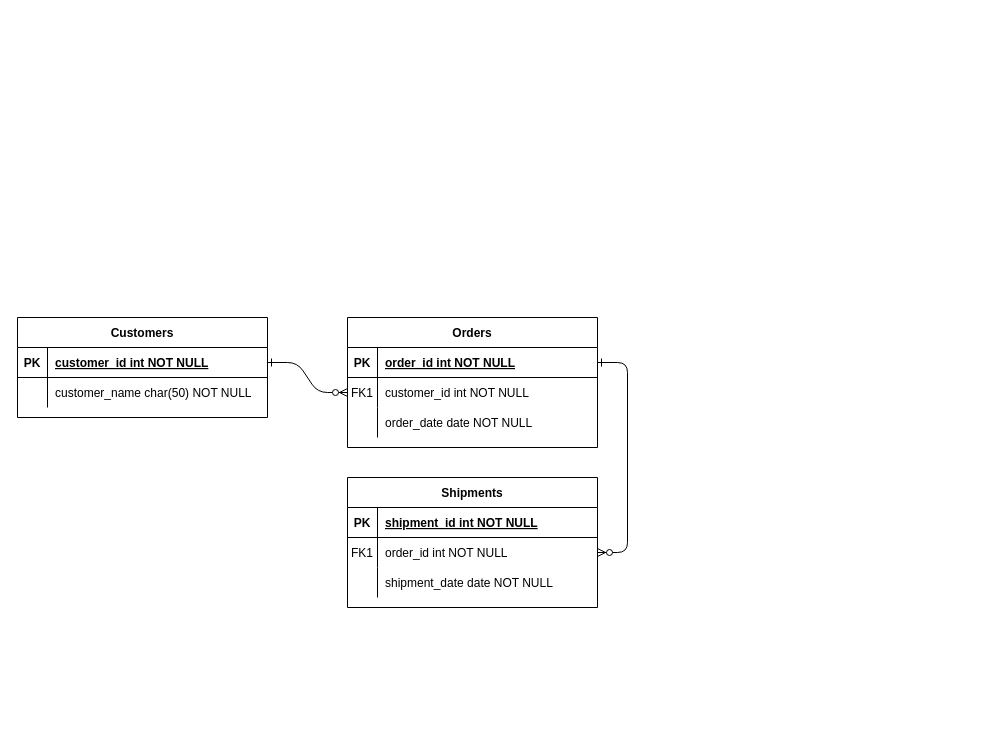
Earlier version of the draw.io diagram Diagrama sem nome.drawio (LNavarroo/adventure-works). Source tidied: cells renumbered, new cells numbered last; positions are measured from the earlier drawing's top-left corner, leaving out a move shared by most shapes. Both pictures are drawn from the tidied source at 100%, with x=0, y=0 at pixel (17, 317).
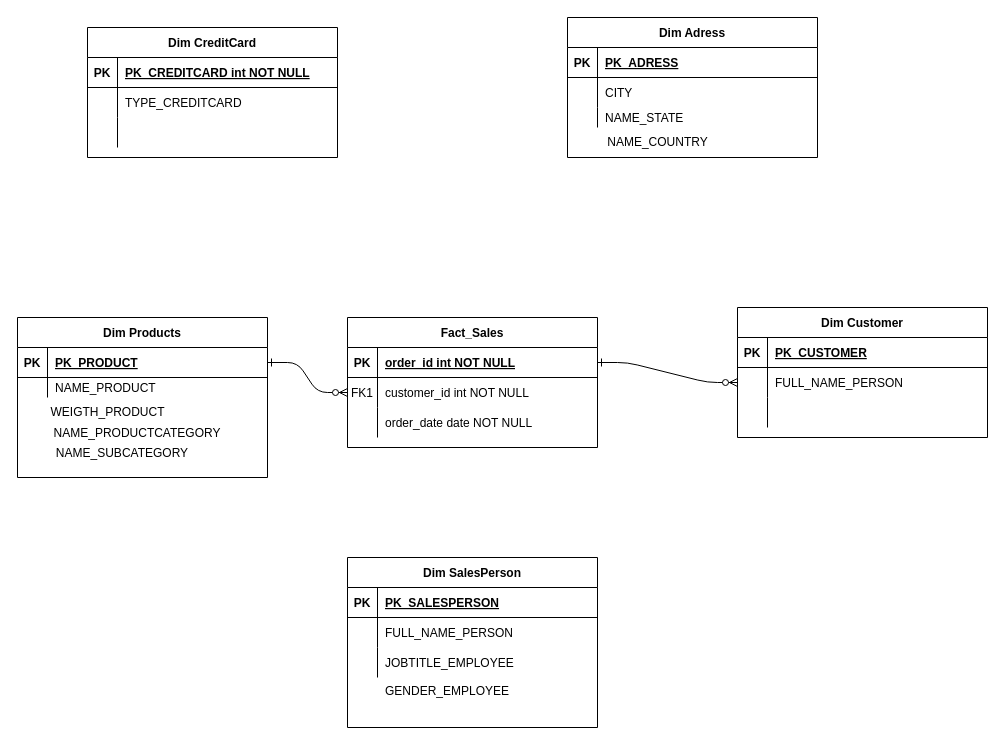
Above is the later version.

Commit message:
Atualizar Diagrama Dim_Fact.drawio

The change refers to these unchanged cells:
```xml
<mxCell id="15" style="shape=partialRectangle;fillColor=none;top=0;left=0;right=0;bottom=1;" parent="14" vertex="1">
  <mxGeometry y="30" width="250" height="30" as="geometry" />
</mxCell>
<mxCell id="18" style="shape=partialRectangle;fillColor=none;points=[[0,0.5],[1,0.5]];portConstraint=eastwest;top=0;left=0;right=0;bottom=0;" parent="14" vertex="1">
  <mxGeometry y="60" width="250" height="30" as="geometry" />
</mxCell>
<mxCell id="21" style="shape=partialRectangle;fillColor=none;top=0;left=0;right=0;bottom=0;" parent="14" vertex="1">
  <mxGeometry y="90" width="250" height="30" as="geometry" />
</mxCell>
<mxCell id="25" style="shape=partialRectangle;fillColor=none;points=[[0,0.5],[1,0.5]];portConstraint=eastwest;top=0;left=0;right=0;bottom=1;" parent="24" vertex="1">
  <mxGeometry y="30" width="250" height="30" as="geometry" />
</mxCell>
```

Diff of the diagram source:
```diff
@@
-    <mxCell id="4" value="Orders" style="shape=table;startSize=30;childLayout=tableLayout;rowLines=0;fontStyle=1;align=center;" parent="1" vertex="1">
+    <mxCell id="4" value="Fact_Sales" style="shape=table;startSize=30;childLayout=tableLayout;rowLines=0;fontStyle=1;align=center;" parent="1" vertex="1">
       <mxGeometry x="330" width="250" height="130" as="geometry" />
     </mxCell>
@@
-    <mxCell id="14" value="Shipments" style="shape=table;startSize=30;childLayout=tableLayout;rowLines=0;fontStyle=1;align=center;" parent="1" vertex="1">
-      <mxGeometry x="330" y="160" width="250" height="130" as="geometry" />
+    <mxCell id="14" value="Dim Customer" style="shape=table;startSize=30;childLayout=tableLayout;rowLines=0;fontStyle=1;align=center;" parent="1" vertex="1">
+      <mxGeometry x="720" y="-10" width="250" height="130" as="geometry" />
     </mxCell>
@@
-    <mxCell id="17" value="shipment_id int NOT NULL " style="shape=partialRectangle;overflow=hidden;fillColor=none;top=0;left=0;bottom=0;right=0;align=left;spacingLeft=6;fontStyle=5;" parent="15" vertex="1">
+    <mxCell id="17" value="PK_CUSTOMER" style="shape=partialRectangle;overflow=hidden;fillColor=none;top=0;left=0;bottom=0;right=0;align=left;spacingLeft=6;fontStyle=5;" parent="15" vertex="1">
       <mxGeometry x="30" width="220" height="30" as="geometry" />
     </mxCell>
@@
-    <mxCell id="19" value="FK1" style="shape=partialRectangle;overflow=hidden;fillColor=none;top=0;left=0;bottom=0;right=0;" parent="18" vertex="1">
+    <mxCell id="19" style="shape=partialRectangle;overflow=hidden;fillColor=none;top=0;left=0;bottom=0;right=0;" parent="18" vertex="1">
       <mxGeometry width="30" height="30" as="geometry" />
     </mxCell>
-    <mxCell id="20" value="order_id int NOT NULL" style="shape=partialRectangle;overflow=hidden;fillColor=none;top=0;left=0;bottom=0;right=0;align=left;spacingLeft=6;" parent="18" vertex="1">
+    <mxCell id="20" value="FULL_NAME_PERSON" style="shape=partialRectangle;overflow=hidden;fillColor=none;top=0;left=0;bottom=0;right=0;align=left;spacingLeft=6;" parent="18" vertex="1">
       <mxGeometry x="30" width="220" height="30" as="geometry" />
     </mxCell>
@@
-    <mxCell id="23" value="shipment_date date NOT NULL" style="shape=partialRectangle;overflow=hidden;fillColor=none;top=0;left=0;bottom=0;right=0;align=left;spacingLeft=6;" parent="21" vertex="1">
+    <mxCell id="23" style="shape=partialRectangle;overflow=hidden;fillColor=none;top=0;left=0;bottom=0;right=0;align=left;spacingLeft=6;" parent="21" vertex="1">
       <mxGeometry x="30" width="220" height="30" as="geometry" />
     </mxCell>
-    <mxCell id="24" value="Customers" style="shape=table;startSize=30;childLayout=tableLayout;rowLines=0;fontStyle=1;align=center;" parent="1" vertex="1">
-      <mxGeometry width="250" height="100" as="geometry" />
+    <mxCell id="24" value="Dim Products" style="shape=table;startSize=30;childLayout=tableLayout;rowLines=0;fontStyle=1;align=center;" parent="1" vertex="1">
+      <mxGeometry width="250" height="160" as="geometry" />
     </mxCell>
@@
-    <mxCell id="27" value="customer_id int NOT NULL " style="shape=partialRectangle;overflow=hidden;fillColor=none;top=0;left=0;bottom=0;right=0;align=left;spacingLeft=6;fontStyle=5;" parent="25" vertex="1">
+    <mxCell id="27" value="PK_PRODUCT" style="shape=partialRectangle;overflow=hidden;fillColor=none;top=0;left=0;bottom=0;right=0;align=left;spacingLeft=6;fontStyle=5;" parent="25" vertex="1">
       <mxGeometry x="30" width="220" height="30" as="geometry" />
     </mxCell>
     <mxCell id="28" style="shape=partialRectangle;fillColor=none;top=0;left=0;right=0;bottom=0;" parent="24" vertex="1">
-      <mxGeometry y="60" width="250" height="30" as="geometry" />
+      <mxGeometry y="60" width="250" height="20" as="geometry" />
     </mxCell>
     <mxCell id="29" style="shape=partialRectangle;overflow=hidden;fillColor=none;top=0;left=0;bottom=0;right=0;" parent="28" vertex="1">
-      <mxGeometry width="30" height="30" as="geometry" />
+      <mxGeometry width="30" height="20" as="geometry" />
     </mxCell>
-    <mxCell id="30" value="customer_name char(50) NOT NULL" style="shape=partialRectangle;overflow=hidden;fillColor=none;top=0;left=0;bottom=0;right=0;align=left;spacingLeft=6;" parent="28" vertex="1">
-      <mxGeometry x="30" width="220" height="30" as="geometry" />
+    <mxCell id="30" value="NAME_PRODUCT" style="shape=partialRectangle;overflow=hidden;fillColor=none;top=0;left=0;bottom=0;right=0;align=left;spacingLeft=6;" parent="28" vertex="1">
+      <mxGeometry x="30" width="220" height="20" as="geometry" />
     </mxCell>
+    <mxCell id="31" value="Dim SalesPerson" style="shape=table;startSize=30;childLayout=tableLayout;rowLines=0;fontStyle=1;align=center;" parent="1" vertex="1">
+      <mxGeometry x="330" y="240" width="250" height="170" as="geometry" />
+    </mxCell>
+    <mxCell id="32" style="shape=partialRectangle;fillColor=none;top=0;left=0;right=0;bottom=1;" parent="31" vertex="1">
+      <mxGeometry y="30" width="250" height="30" as="geometry" />
+    </mxCell>
+    <mxCell id="33" value="PK" style="shape=partialRectangle;overflow=hidden;fillColor=none;top=0;left=0;bottom=0;right=0;fontStyle=1;" parent="32" vertex="1">
+      <mxGeometry width="30" height="30" as="geometry" />
+    </mxCell>
+    <mxCell id="34" value="PK_SALESPERSON" style="shape=partialRectangle;overflow=hidden;fillColor=none;top=0;left=0;bottom=0;right=0;align=left;spacingLeft=6;fontStyle=5;" parent="32" vertex="1">
+      <mxGeometry x="30" width="220" height="30" as="geometry" />
+    </mxCell>
+    <mxCell id="35" style="shape=partialRectangle;fillColor=none;top=0;left=0;right=0;bottom=0;" parent="31" vertex="1">
+      <mxGeometry y="60" width="250" height="30" as="geometry" />
+    </mxCell>
+    <mxCell id="36" style="shape=partialRectangle;overflow=hidden;fillColor=none;top=0;left=0;bottom=0;right=0;" parent="35" vertex="1">
+      <mxGeometry width="30" height="30" as="geometry" />
+    </mxCell>
+    <mxCell id="37" value="FULL_NAME_PERSON" style="shape=partialRectangle;overflow=hidden;fillColor=none;top=0;left=0;bottom=0;right=0;align=left;spacingLeft=6;" parent="35" vertex="1">
+      <mxGeometry x="30" width="220" height="30" as="geometry" />
+    </mxCell>
+    <mxCell id="38" style="shape=partialRectangle;fillColor=none;top=0;left=0;right=0;bottom=0;" parent="31" vertex="1">
+      <mxGeometry y="90" width="250" height="30" as="geometry" />
+    </mxCell>
+    <mxCell id="39" style="shape=partialRectangle;overflow=hidden;fillColor=none;top=0;left=0;bottom=0;right=0;" parent="38" vertex="1">
+      <mxGeometry width="30" height="30" as="geometry" />
+    </mxCell>
+    <mxCell id="40" value="JOBTITLE_EMPLOYEE" style="shape=partialRectangle;overflow=hidden;fillColor=none;top=0;left=0;bottom=0;right=0;align=left;spacingLeft=6;" parent="38" vertex="1">
+      <mxGeometry x="30" width="220" height="30" as="geometry" />
+    </mxCell>
+    <mxCell id="41" value="Dim CreditCard" style="shape=table;startSize=30;childLayout=tableLayout;rowLines=0;fontStyle=1;align=center;" parent="1" vertex="1">
+      <mxGeometry x="70" y="-290" width="250" height="130" as="geometry" />
+    </mxCell>
+    <mxCell id="42" style="shape=partialRectangle;fillColor=none;top=0;left=0;right=0;bottom=1;" parent="41" vertex="1">
+      <mxGeometry y="30" width="250" height="30" as="geometry" />
+    </mxCell>
+    <mxCell id="43" value="PK" style="shape=partialRectangle;overflow=hidden;fillColor=none;top=0;left=0;bottom=0;right=0;fontStyle=1;" parent="42" vertex="1">
+      <mxGeometry width="30" height="30" as="geometry" />
+    </mxCell>
+    <mxCell id="44" value="PK_CREDITCARD int NOT NULL " style="shape=partialRectangle;overflow=hidden;fillColor=none;top=0;left=0;bottom=0;right=0;align=left;spacingLeft=6;fontStyle=5;" parent="42" vertex="1">
+      <mxGeometry x="30" width="220" height="30" as="geometry" />
+    </mxCell>
+    <mxCell id="45" style="shape=partialRectangle;fillColor=none;top=0;left=0;right=0;bottom=0;" parent="41" vertex="1">
+      <mxGeometry y="60" width="250" height="30" as="geometry" />
+    </mxCell>
+    <mxCell id="46" style="shape=partialRectangle;overflow=hidden;fillColor=none;top=0;left=0;bottom=0;right=0;" parent="45" vertex="1">
+      <mxGeometry width="30" height="30" as="geometry" />
+    </mxCell>
+    <mxCell id="47" value="TYPE_CREDITCARD" style="shape=partialRectangle;overflow=hidden;fillColor=none;top=0;left=0;bottom=0;right=0;align=left;spacingLeft=6;" parent="45" vertex="1">
+      <mxGeometry x="30" width="220" height="30" as="geometry" />
+    </mxCell>
+    <mxCell id="48" style="shape=partialRectangle;fillColor=none;top=0;left=0;right=0;bottom=0;" parent="41" vertex="1">
+      <mxGeometry y="90" width="250" height="30" as="geometry" />
+    </mxCell>
+    <mxCell id="49" style="shape=partialRectangle;overflow=hidden;fillColor=none;top=0;left=0;bottom=0;right=0;" parent="48" vertex="1">
+      <mxGeometry width="30" height="30" as="geometry" />
+    </mxCell>
+    <mxCell id="50" style="shape=partialRectangle;overflow=hidden;fillColor=none;top=0;left=0;bottom=0;right=0;align=left;spacingLeft=6;" parent="48" vertex="1">
+      <mxGeometry x="30" width="220" height="30" as="geometry" />
+    </mxCell>
+    <mxCell id="51" value="Dim Adress" style="shape=table;startSize=30;childLayout=tableLayout;rowLines=0;fontStyle=1;align=center;" parent="1" vertex="1">
+      <mxGeometry x="550" y="-300" width="250" height="140" as="geometry" />
+    </mxCell>
+    <mxCell id="52" style="shape=partialRectangle;fillColor=none;top=0;left=0;right=0;bottom=1;" parent="51" vertex="1">
+      <mxGeometry y="30" width="250" height="30" as="geometry" />
+    </mxCell>
+    <mxCell id="53" value="PK" style="shape=partialRectangle;overflow=hidden;fillColor=none;top=0;left=0;bottom=0;right=0;fontStyle=1;" parent="52" vertex="1">
+      <mxGeometry width="30" height="30" as="geometry" />
+    </mxCell>
+    <mxCell id="54" value="PK_ADRESS" style="shape=partialRectangle;overflow=hidden;fillColor=none;top=0;left=0;bottom=0;right=0;align=left;spacingLeft=6;fontStyle=5;" parent="52" vertex="1">
+      <mxGeometry x="30" width="220" height="30" as="geometry" />
+    </mxCell>
+    <mxCell id="55" style="shape=partialRectangle;fillColor=none;top=0;left=0;right=0;bottom=0;" parent="51" vertex="1">
+      <mxGeometry y="60" width="250" height="30" as="geometry" />
+    </mxCell>
+    <mxCell id="56" style="shape=partialRectangle;overflow=hidden;fillColor=none;top=0;left=0;bottom=0;right=0;" parent="55" vertex="1">
+      <mxGeometry width="30" height="30" as="geometry" />
+    </mxCell>
+    <mxCell id="57" value="CITY" style="shape=partialRectangle;overflow=hidden;fillColor=none;top=0;left=0;bottom=0;right=0;align=left;spacingLeft=6;" parent="55" vertex="1">
+      <mxGeometry x="30" width="220" height="30" as="geometry" />
+    </mxCell>
+    <mxCell id="58" style="shape=partialRectangle;fillColor=none;top=0;left=0;right=0;bottom=0;" parent="51" vertex="1">
+      <mxGeometry y="90" width="250" height="20" as="geometry" />
+    </mxCell>
+    <mxCell id="59" style="shape=partialRectangle;overflow=hidden;fillColor=none;top=0;left=0;bottom=0;right=0;" parent="58" vertex="1">
+      <mxGeometry width="30" height="20" as="geometry" />
+    </mxCell>
+    <mxCell id="60" value="NAME_STATE" style="shape=partialRectangle;overflow=hidden;fillColor=none;top=0;left=0;bottom=0;right=0;align=left;spacingLeft=6;" parent="58" vertex="1">
+      <mxGeometry x="30" width="220" height="20" as="geometry" />
+    </mxCell>
+    <mxCell id="61" value="NAME_COUNTRY" style="text;html=1;align=center;verticalAlign=middle;strokeColor=none;fillColor=none;" parent="1" vertex="1">
+      <mxGeometry x="580" y="-190" width="120" height="30" as="geometry" />
+    </mxCell>
+    <mxCell id="62" value="WEIGTH_PRODUCT" style="text;html=1;align=center;verticalAlign=middle;strokeColor=none;fillColor=none;" parent="1" vertex="1">
+      <mxGeometry x="20" y="80" width="140" height="30" as="geometry" />
+    </mxCell>
+    <mxCell id="63" value="NAME_PRODUCTCATEGORY" style="text;align=center;verticalAlign=middle;strokeColor=none;fillColor=none;" parent="1" vertex="1">
+      <mxGeometry x="30" y="100" width="180" height="30" as="geometry" />
+    </mxCell>
+    <mxCell id="64" value="NAME_SUBCATEGORY" style="text;align=center;verticalAlign=middle;strokeColor=none;fillColor=none;fontFamily=Helvetica;fontSize=12;fontColor=default;" parent="1" vertex="1">
+      <mxGeometry x="30" y="120" width="150" height="30" as="geometry" />
+    </mxCell>
+    <mxCell id="65" value="GENDER_EMPLOYEE" style="text;align=center;verticalAlign=middle;strokeColor=none;fillColor=none;fontFamily=Helvetica;fontSize=12;fontColor=default;" parent="1" vertex="1">
+      <mxGeometry x="360" y="358" width="140" height="30" as="geometry" />
+    </mxCell>
```
